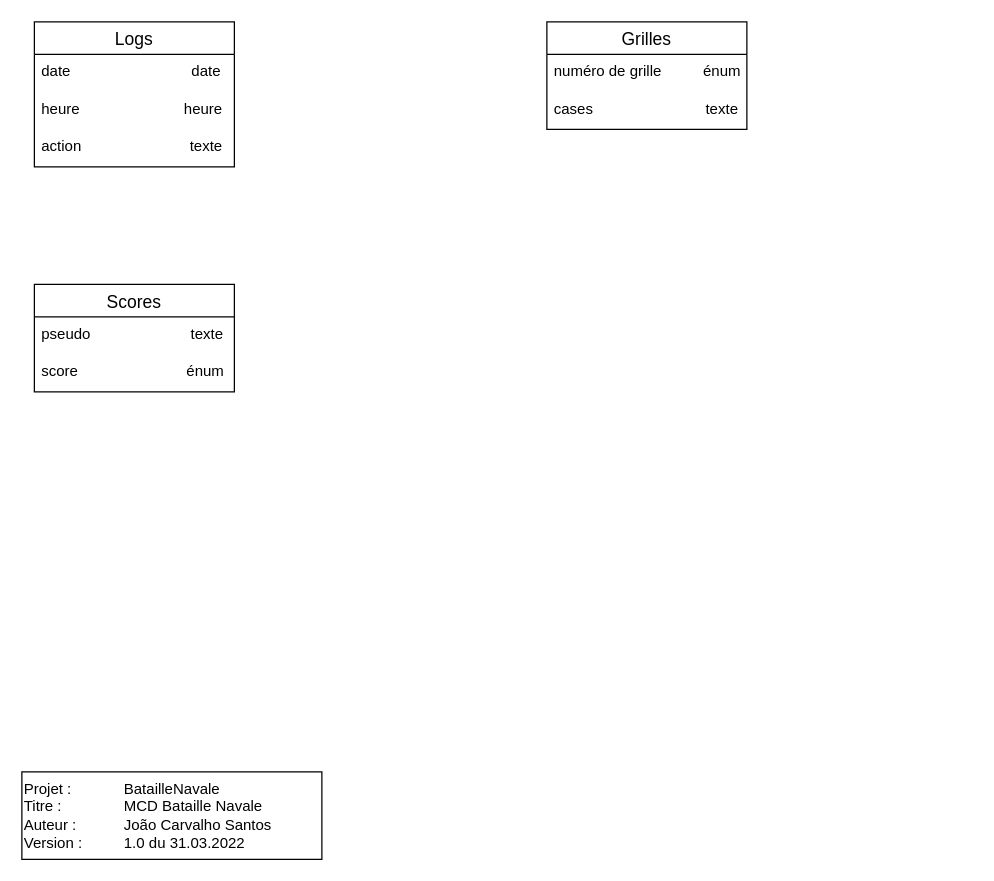
JoaoSantos129/BatailleNavale keeps this draw.io diagram as MCD/MCD.BatailleNavale.drawio. Above is the earlier version. Source tidied: cells renumbered, new cells numbered last; positions are measured from the earlier drawing's top-left corner, leaving out a move shared by most shapes. Both pictures are drawn from the tidied source at 125%, with x=0, y=0 at pixel (21, 21).
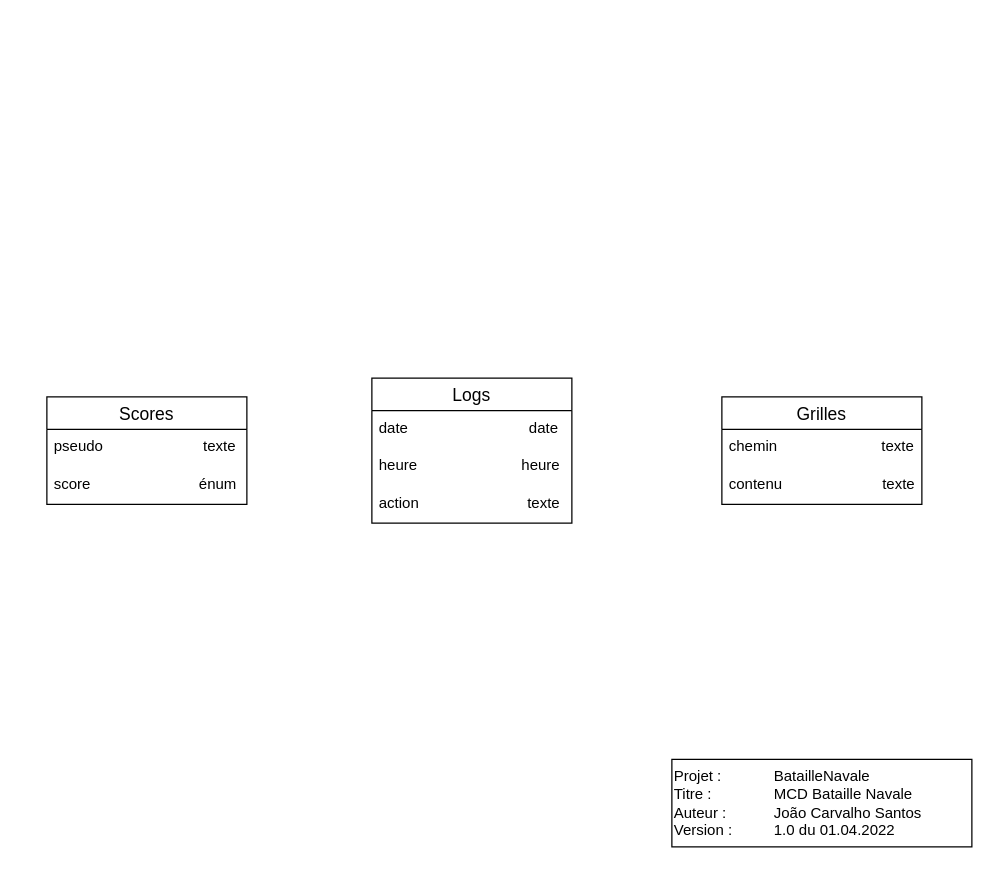
The same page after the edit.

Change to the diagram source:
```diff
@@
 <mxGraphModel>
   <root>
     <mxCell id="0" />
     <mxCell id="1" parent="0" />
-    <mxCell id="2" value="Projet : &lt;span style=&quot;white-space: pre&quot;&gt;&#9;&lt;/span&gt;&lt;span style=&quot;white-space: pre&quot;&gt;&#9;&lt;/span&gt;BatailleNavale&lt;br&gt;Titre : &lt;span style=&quot;white-space: pre&quot;&gt;&#9;&lt;/span&gt;&lt;span style=&quot;white-space: pre&quot;&gt;&#9;&lt;/span&gt;MCD Bataille Navale&lt;br&gt;Auteur : &lt;span style=&quot;white-space: pre&quot;&gt;&#9;&lt;/span&gt;&lt;span style=&quot;white-space: pre&quot;&gt;&#9;&lt;/span&gt;João Carvalho Santos&lt;br&gt;Version : &lt;span style=&quot;white-space: pre&quot;&gt;&#9;&lt;/span&gt;&lt;span style=&quot;white-space: pre&quot;&gt;&#9;&lt;/span&gt;1.0 du 31.03.2022" style="rounded=0;whiteSpace=wrap;html=1;align=left;" parent="1" vertex="1">
-      <mxGeometry y="600" width="240" height="70" as="geometry" />
+    <mxCell id="2" value="Projet : &lt;span style=&quot;white-space: pre&quot;&gt;&#9;&lt;/span&gt;&lt;span style=&quot;white-space: pre&quot;&gt;&#9;&lt;/span&gt;BatailleNavale&lt;br&gt;Titre : &lt;span style=&quot;white-space: pre&quot;&gt;&#9;&lt;/span&gt;&lt;span style=&quot;white-space: pre&quot;&gt;&#9;&lt;/span&gt;MCD Bataille Navale&lt;br&gt;Auteur : &lt;span style=&quot;white-space: pre&quot;&gt;&#9;&lt;/span&gt;&lt;span style=&quot;white-space: pre&quot;&gt;&#9;&lt;/span&gt;João Carvalho Santos&lt;br&gt;Version : &lt;span style=&quot;white-space: pre&quot;&gt;&#9;&lt;/span&gt;&lt;span style=&quot;white-space: pre&quot;&gt;&#9;&lt;/span&gt;1.0 du 01.04.2022" style="rounded=0;whiteSpace=wrap;html=1;align=left;" parent="1" vertex="1">
+      <mxGeometry x="520" y="590" width="240" height="70" as="geometry" />
     </mxCell>
     <mxCell id="3" value="Logs" style="swimlane;fontStyle=0;horizontal=1;startSize=26;align=center;fontSize=14;" parent="1" vertex="1">
-      <mxGeometry x="10" width="160" height="116" as="geometry" />
+      <mxGeometry x="280" y="285" width="160" height="116" as="geometry" />
     </mxCell>
     <mxCell id="4" value="date                             date" style="text;strokeColor=none;fillColor=none;spacingLeft=4;spacingRight=4;overflow=hidden;fontSize=12;" parent="3" vertex="1">
       <mxGeometry y="26" width="160" height="30" as="geometry" />
     </mxCell>
     <mxCell id="5" value="heure                         heure" style="text;strokeColor=none;fillColor=none;spacingLeft=4;spacingRight=4;overflow=hidden;fontSize=12;" parent="3" vertex="1">
       <mxGeometry y="56" width="160" height="30" as="geometry" />
     </mxCell>
     <mxCell id="6" value="action                          texte" style="text;strokeColor=none;fillColor=none;spacingLeft=4;spacingRight=4;overflow=hidden;fontSize=12;" parent="3" vertex="1">
       <mxGeometry y="86" width="160" height="30" as="geometry" />
     </mxCell>
     <mxCell id="7" value="Grilles" style="swimlane;fontStyle=0;horizontal=1;startSize=26;align=center;fontSize=14;" parent="1" vertex="1">
-      <mxGeometry x="420" width="160" height="86" as="geometry" />
+      <mxGeometry x="560" y="300" width="160" height="86" as="geometry" />
     </mxCell>
-    <mxCell id="8" value="numéro de grille          énum" style="text;strokeColor=none;fillColor=none;spacingLeft=4;spacingRight=4;overflow=hidden;fontSize=12;" parent="7" vertex="1">
+    <mxCell id="8" value="chemin                         texte" style="text;strokeColor=none;fillColor=none;spacingLeft=4;spacingRight=4;overflow=hidden;fontSize=12;" parent="7" vertex="1">
       <mxGeometry y="26" width="160" height="30" as="geometry" />
     </mxCell>
-    <mxCell id="9" value="cases                           texte" style="text;strokeColor=none;fillColor=none;spacingLeft=4;spacingRight=4;overflow=hidden;fontSize=12;" parent="7" vertex="1">
+    <mxCell id="9" value="contenu                        texte" style="text;strokeColor=none;fillColor=none;spacingLeft=4;spacingRight=4;overflow=hidden;fontSize=12;" parent="7" vertex="1">
       <mxGeometry y="56" width="160" height="30" as="geometry" />
     </mxCell>
     <mxCell id="10" value="Scores" style="swimlane;fontStyle=0;horizontal=1;startSize=26;align=center;fontSize=14;" parent="1" vertex="1">
-      <mxGeometry x="10" y="210" width="160" height="86" as="geometry" />
+      <mxGeometry x="20" y="300" width="160" height="86" as="geometry" />
     </mxCell>
     <mxCell id="11" value="pseudo                        texte" style="text;strokeColor=none;fillColor=none;spacingLeft=4;spacingRight=4;overflow=hidden;fontSize=12;" parent="10" vertex="1">
       <mxGeometry y="26" width="160" height="30" as="geometry" />
     </mxCell>
     <mxCell id="12" value="score                          énum" style="text;strokeColor=none;fillColor=none;spacingLeft=4;spacingRight=4;overflow=hidden;fontSize=12;" parent="10" vertex="1">
       <mxGeometry y="56" width="160" height="30" as="geometry" />
     </mxCell>
   </root>
 </mxGraphModel>
```
